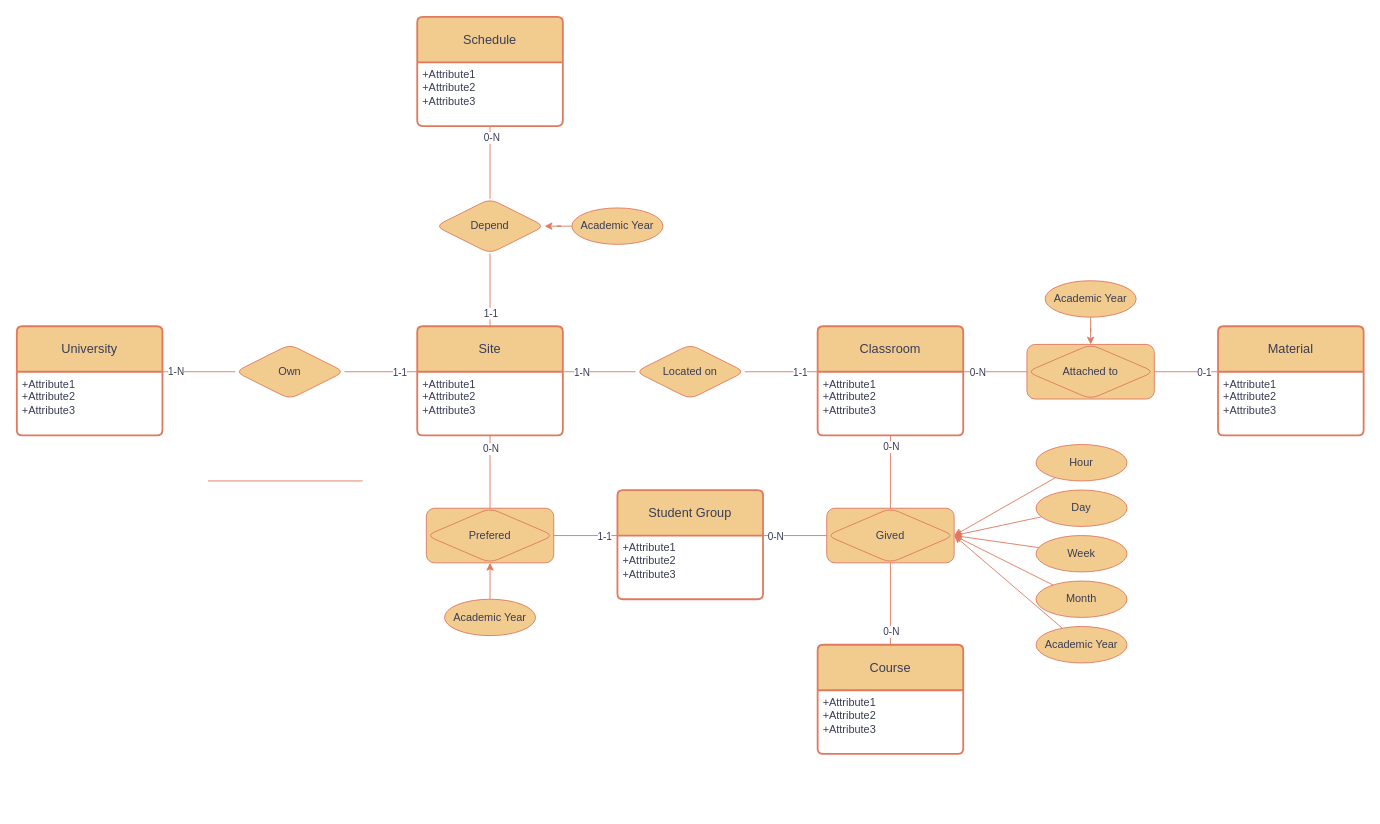
Earlier version of the draw.io diagram EA_Diagram.drawio (fratjo/Calempus360). Source tidied: cells renumbered, new cells numbered last; positions are measured from the earlier drawing's top-left corner, leaving out a move shared by most shapes. Both pictures are drawn from the tidied source at 91%, with x=0, y=0 at pixel (16, 16).
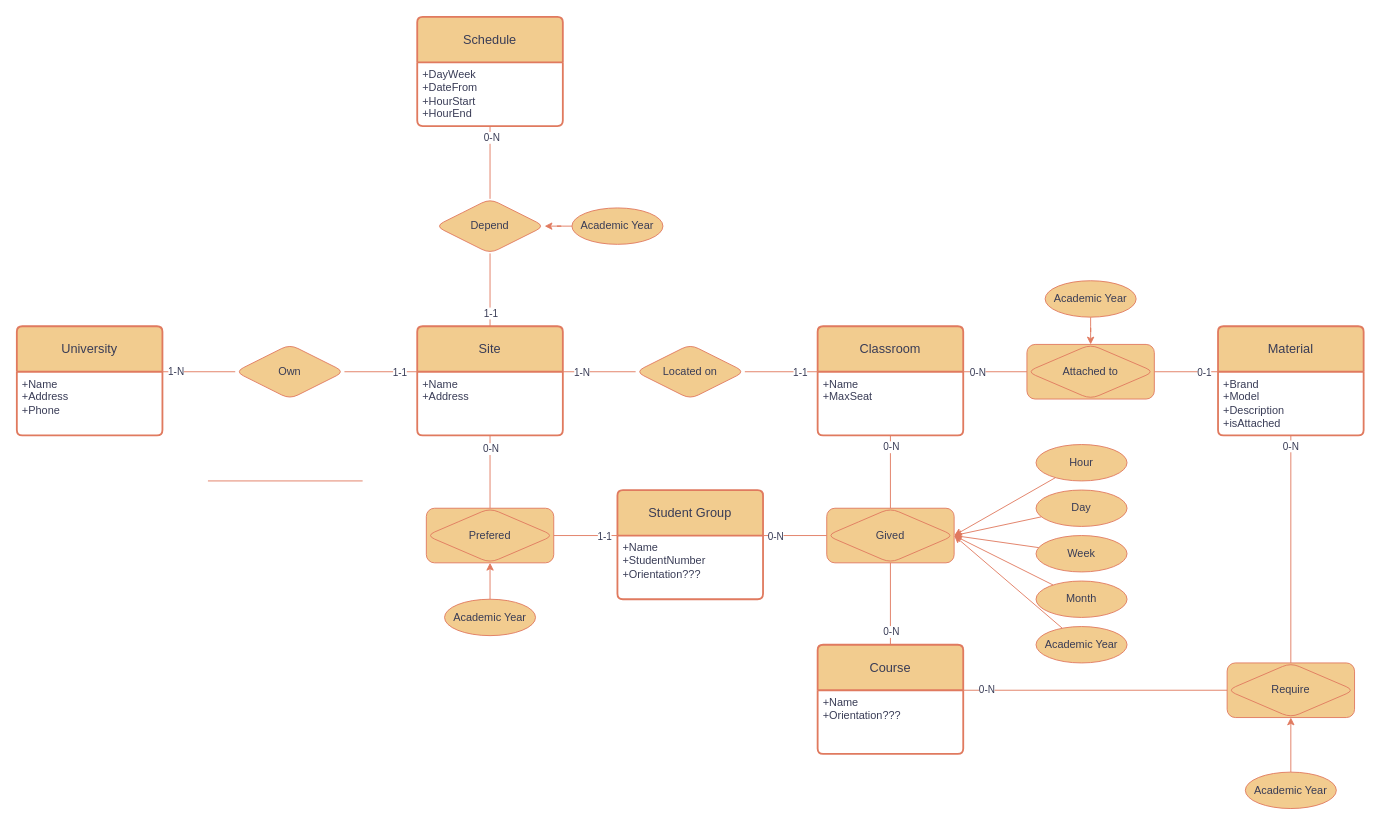
After the change.

The change refers to these unchanged cells:
```xml
<mxCell id="3" value="University" style="swimlane;horizontal=1;startSize=50;rounded=1;fontSize=14;fontStyle=0;strokeWidth=2;shadow=0;dashed=0;align=center;arcSize=4;whiteSpace=wrap;html=1;labelBackgroundColor=none;fillColor=#F2CC8F;strokeColor=#E07A5F;fontColor=#393C56;" parent="1" vertex="1">
  <mxGeometry y="340" width="160" height="120" as="geometry" />
</mxCell>
<mxCell id="5" value="Site" style="swimlane;horizontal=1;startSize=50;rounded=1;fontSize=14;fontStyle=0;strokeWidth=2;shadow=0;dashed=0;align=center;arcSize=4;whiteSpace=wrap;html=1;labelBackgroundColor=none;fillColor=#F2CC8F;strokeColor=#E07A5F;fontColor=#393C56;" parent="1" vertex="1">
  <mxGeometry x="440" y="340" width="160" height="120" as="geometry" />
</mxCell>
<mxCell id="7" value="Classroom" style="swimlane;horizontal=1;startSize=50;rounded=1;fontSize=14;fontStyle=0;strokeWidth=2;shadow=0;dashed=0;align=center;arcSize=4;whiteSpace=wrap;html=1;labelBackgroundColor=none;fillColor=#F2CC8F;strokeColor=#E07A5F;fontColor=#393C56;" parent="1" vertex="1">
  <mxGeometry x="880" y="340" width="160" height="120" as="geometry" />
</mxCell>
<mxCell id="9" value="Student Group" style="swimlane;horizontal=1;startSize=50;rounded=1;fontSize=14;fontStyle=0;strokeWidth=2;shadow=0;dashed=0;align=center;arcSize=4;whiteSpace=wrap;html=1;labelBackgroundColor=none;fillColor=#F2CC8F;strokeColor=#E07A5F;fontColor=#393C56;" parent="1" vertex="1">
  <mxGeometry x="660" y="520" width="160" height="120" as="geometry" />
</mxCell>
<mxCell id="11" value="Material" style="swimlane;horizontal=1;startSize=50;rounded=1;fontSize=14;fontStyle=0;strokeWidth=2;shadow=0;dashed=0;align=center;arcSize=4;whiteSpace=wrap;html=1;labelBackgroundColor=none;fillColor=#F2CC8F;strokeColor=#E07A5F;fontColor=#393C56;" parent="1" vertex="1">
  <mxGeometry x="1320" y="340" width="160" height="120" as="geometry" />
</mxCell>
<mxCell id="13" value="Course" style="swimlane;horizontal=1;startSize=50;rounded=1;fontSize=14;fontStyle=0;strokeWidth=2;shadow=0;dashed=0;align=center;arcSize=4;whiteSpace=wrap;html=1;labelBackgroundColor=none;fillColor=#F2CC8F;strokeColor=#E07A5F;fontColor=#393C56;" parent="1" vertex="1">
  <mxGeometry x="880" y="690" width="160" height="120" as="geometry" />
</mxCell>
<mxCell id="29" value="Schedule" style="swimlane;horizontal=1;startSize=50;rounded=1;fontSize=14;fontStyle=0;strokeWidth=2;shadow=0;dashed=0;align=center;arcSize=4;whiteSpace=wrap;html=1;labelBackgroundColor=none;fillColor=#F2CC8F;strokeColor=#E07A5F;fontColor=#393C56;" parent="1" vertex="1">
  <mxGeometry x="440" width="160" height="120" as="geometry" />
</mxCell>
```

The edit, as a diff of the source:
```diff
@@
-    <mxCell id="4" value="+Attribute1&#10;+Attribute2&#10;+Attribute3" style="align=left;strokeColor=none;fillColor=none;spacingLeft=4;fontSize=12;verticalAlign=top;html=1;labelBackgroundColor=none;fontColor=#393C56;rounded=1;" parent="3" vertex="1">
+    <mxCell id="4" value="+Name&lt;br&gt;+Address&lt;br&gt;+Phone" style="align=left;strokeColor=none;fillColor=none;spacingLeft=4;fontSize=12;verticalAlign=top;html=1;labelBackgroundColor=none;fontColor=#393C56;rounded=1;" parent="3" vertex="1">
       <mxGeometry y="50" width="160" height="70" as="geometry" />
     </mxCell>
@@
-    <mxCell id="6" value="+Attribute1&#10;+Attribute2&#10;+Attribute3" style="align=left;strokeColor=none;fillColor=none;spacingLeft=4;fontSize=12;verticalAlign=top;html=1;labelBackgroundColor=none;fontColor=#393C56;rounded=1;" parent="5" vertex="1">
+    <mxCell id="6" value="+Name&lt;br&gt;+Address" style="align=left;strokeColor=none;fillColor=none;spacingLeft=4;fontSize=12;verticalAlign=top;html=1;labelBackgroundColor=none;fontColor=#393C56;rounded=1;" parent="5" vertex="1">
       <mxGeometry y="50" width="160" height="70" as="geometry" />
     </mxCell>
@@
-    <mxCell id="8" value="+Attribute1&#10;+Attribute2&#10;+Attribute3" style="align=left;strokeColor=none;fillColor=none;spacingLeft=4;fontSize=12;verticalAlign=top;html=1;labelBackgroundColor=none;fontColor=#393C56;rounded=1;" parent="7" vertex="1">
+    <mxCell id="8" value="+Name&lt;br&gt;+MaxSeat&lt;br&gt;" style="align=left;strokeColor=none;fillColor=none;spacingLeft=4;fontSize=12;verticalAlign=top;html=1;labelBackgroundColor=none;fontColor=#393C56;rounded=1;" parent="7" vertex="1">
       <mxGeometry y="50" width="160" height="70" as="geometry" />
     </mxCell>
@@
-    <mxCell id="10" value="+Attribute1&#10;+Attribute2&#10;+Attribute3" style="align=left;strokeColor=none;fillColor=none;spacingLeft=4;fontSize=12;verticalAlign=top;html=1;labelBackgroundColor=none;fontColor=#393C56;rounded=1;" parent="9" vertex="1">
+    <mxCell id="10" value="+Name&lt;br&gt;+StudentNumber&lt;br&gt;+Orientation???" style="align=left;strokeColor=none;fillColor=none;spacingLeft=4;fontSize=12;verticalAlign=top;html=1;labelBackgroundColor=none;fontColor=#393C56;rounded=1;" parent="9" vertex="1">
       <mxGeometry y="50" width="160" height="70" as="geometry" />
     </mxCell>
@@
-    <mxCell id="12" value="+Attribute1&#10;+Attribute2&#10;+Attribute3" style="align=left;strokeColor=none;fillColor=none;spacingLeft=4;fontSize=12;verticalAlign=top;html=1;labelBackgroundColor=none;fontColor=#393C56;rounded=1;" parent="11" vertex="1">
+    <mxCell id="12" value="+Brand&lt;br&gt;+Model&lt;br&gt;+Description&lt;br&gt;+isAttached&lt;br&gt;" style="align=left;strokeColor=none;fillColor=none;spacingLeft=4;fontSize=12;verticalAlign=top;html=1;labelBackgroundColor=none;fontColor=#393C56;rounded=1;" parent="11" vertex="1">
       <mxGeometry y="50" width="160" height="70" as="geometry" />
     </mxCell>
@@
-    <mxCell id="14" value="+Attribute1&#10;+Attribute2&#10;+Attribute3" style="align=left;strokeColor=none;fillColor=none;spacingLeft=4;fontSize=12;verticalAlign=top;html=1;labelBackgroundColor=none;fontColor=#393C56;rounded=1;" parent="13" vertex="1">
+    <mxCell id="14" value="+Name&lt;br&gt;+Orientation???" style="align=left;strokeColor=none;fillColor=none;spacingLeft=4;fontSize=12;verticalAlign=top;html=1;labelBackgroundColor=none;fontColor=#393C56;rounded=1;" parent="13" vertex="1">
       <mxGeometry y="50" width="160" height="70" as="geometry" />
     </mxCell>
@@
-    <mxCell id="30" value="+Attribute1&lt;br&gt;+Attribute2&lt;br&gt;+Attribute3" style="align=left;strokeColor=none;fillColor=none;spacingLeft=4;fontSize=12;verticalAlign=top;html=1;labelBackgroundColor=none;fontColor=#393C56;rounded=1;" parent="29" vertex="1">
+    <mxCell id="30" value="+DayWeek&lt;br&gt;+DateFrom&lt;br&gt;+HourStart&lt;br&gt;+HourEnd" style="align=left;strokeColor=none;fillColor=none;spacingLeft=4;fontSize=12;verticalAlign=top;html=1;labelBackgroundColor=none;fontColor=#393C56;rounded=1;" parent="29" vertex="1">
       <mxGeometry y="50" width="160" height="70" as="geometry" />
     </mxCell>
@@
+    <mxCell id="65" value="Require" style="shape=associativeEntity;whiteSpace=wrap;html=1;align=center;rounded=1;strokeColor=#E07A5F;fontColor=#393C56;fillColor=#F2CC8F;" parent="1" vertex="1">
+      <mxGeometry x="1330" y="710" width="140" height="60" as="geometry" />
+    </mxCell>
+    <mxCell id="66" style="edgeStyle=orthogonalEdgeStyle;rounded=1;jettySize=auto;html=1;strokeColor=#E07A5F;fontColor=#393C56;fillColor=#F2CC8F;" parent="1" edge="1" source="67" target="65">
+      <mxGeometry relative="1" as="geometry" />
+    </mxCell>
+    <mxCell id="67" value="Academic Year" style="ellipse;whiteSpace=wrap;html=1;align=center;rounded=1;strokeColor=#E07A5F;fontColor=#393C56;fillColor=#F2CC8F;" parent="1" vertex="1">
+      <mxGeometry x="1350" y="830" width="100" height="40" as="geometry" />
+    </mxCell>
+    <mxCell id="68" style="endArrow=none;html=1;rounded=0;strokeColor=#E07A5F;fontColor=#393C56;fillColor=#F2CC8F;entryX=0.5;entryY=0;entryDx=0;entryDy=0;exitX=0.5;exitY=1;exitDx=0;exitDy=0;" parent="1" edge="1" source="12" target="65">
+      <mxGeometry relative="1" as="geometry" />
+    </mxCell>
+    <mxCell id="69" value="0-N" style="edgeLabel;html=1;align=center;verticalAlign=middle;fontColor=#393C56;" parent="68" vertex="1">
+      <mxGeometry x="-0.91" y="-1" relative="1" as="geometry" />
+    </mxCell>
+    <mxCell id="70" style="endArrow=none;html=1;rounded=0;strokeColor=#E07A5F;fontColor=#393C56;fillColor=#F2CC8F;entryX=0;entryY=0.5;entryDx=0;entryDy=0;exitX=1;exitY=0;exitDx=0;exitDy=0;" parent="1" edge="1" source="14" target="65">
+      <mxGeometry relative="1" as="geometry" />
+    </mxCell>
+    <mxCell id="71" value="0-N" style="edgeLabel;html=1;align=center;verticalAlign=middle;fontColor=#393C56;" parent="70" vertex="1">
+      <mxGeometry x="-0.83" y="1" relative="1" as="geometry" />
+    </mxCell>
```
